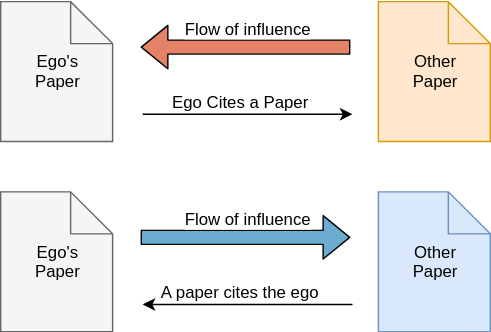
Above: assets/img/influence_flow.svg in csmetrics/influencemap (draw.io), before the change. Source tidied: cells renumbered, new cells last; positions are measured from the earlier drawing's top-left corner, leaving out a move shared by most shapes. The source it was exported from:
```xml
<mxGraphModel background="#ffffff">
  <root>
    <mxCell id="0" />
    <mxCell id="1" parent="0" />
    <mxCell id="2" style="edgeStyle=orthogonalEdgeStyle;rounded=1;html=1;jettySize=auto;orthogonalLoop=1;" parent="1" edge="1">
      <mxGeometry relative="1" as="geometry">
        <mxPoint x="101.5" y="81" as="sourcePoint" />
        <mxPoint x="251.5" y="81" as="targetPoint" />
      </mxGeometry>
    </mxCell>
    <mxCell id="3" value="Ego Cites a Paper" style="text;html=1;align=center;verticalAlign=middle;labelBackgroundColor=#ffffff;" parent="2" vertex="1">
      <mxGeometry x="-0.19" y="-2" relative="1" as="geometry">
        <mxPoint x="9" y="-12" as="offset" />
      </mxGeometry>
    </mxCell>
    <mxCell id="4" value="&lt;div&gt;Ego's&lt;/div&gt;&lt;div&gt;Paper&lt;br&gt;&lt;/div&gt;" style="shape=note;whiteSpace=wrap;html=1;backgroundOutline=1;fillColor=#f5f5f5;strokeColor=#666666;" parent="1" vertex="1">
      <mxGeometry y="0.5" width="80" height="100" as="geometry" />
    </mxCell>
    <mxCell id="5" style="edgeStyle=orthogonalEdgeStyle;shape=flexArrow;rounded=1;html=1;jettySize=auto;orthogonalLoop=1;fillColor=#e48268;" parent="1" edge="1">
      <mxGeometry relative="1" as="geometry">
        <mxPoint x="250" y="33" as="sourcePoint" />
        <mxPoint x="100" y="33" as="targetPoint" />
      </mxGeometry>
    </mxCell>
    <mxCell id="6" value="&lt;div&gt;Flow of influence&lt;/div&gt;" style="text;html=1;align=center;verticalAlign=middle;labelBackgroundColor=#ffffff;" parent="5" vertex="1">
      <mxGeometry x="-0.2" y="2" relative="1" as="geometry">
        <mxPoint x="-12.5" y="-16" as="offset" />
      </mxGeometry>
    </mxCell>
    <mxCell id="7" value="&lt;div&gt;Other&lt;/div&gt;&lt;div&gt;Paper&lt;br&gt;&lt;/div&gt;" style="shape=note;whiteSpace=wrap;html=1;backgroundOutline=1;fillColor=#ffe6cc;strokeColor=#d79b00;" parent="1" vertex="1">
      <mxGeometry x="270" y="0.5" width="80" height="100" as="geometry" />
    </mxCell>
    <mxCell id="8" style="edgeStyle=orthogonalEdgeStyle;rounded=1;html=1;jettySize=auto;orthogonalLoop=1;endArrow=none;endFill=0;startArrow=classic;startFill=1;" parent="1" edge="1">
      <mxGeometry relative="1" as="geometry">
        <mxPoint x="101.5" y="217" as="sourcePoint" />
        <mxPoint x="251.5" y="217" as="targetPoint" />
      </mxGeometry>
    </mxCell>
    <mxCell id="9" value="&lt;div&gt;A paper cites the ego&lt;/div&gt;" style="text;html=1;align=center;verticalAlign=middle;labelBackgroundColor=#ffffff;" parent="8" vertex="1">
      <mxGeometry x="-0.19" y="-2" relative="1" as="geometry">
        <mxPoint x="9" y="-12" as="offset" />
      </mxGeometry>
    </mxCell>
    <mxCell id="10" value="&lt;div&gt;Ego's&lt;/div&gt;&lt;div&gt;Paper&lt;br&gt;&lt;/div&gt;" style="shape=note;whiteSpace=wrap;html=1;backgroundOutline=1;fillColor=#f5f5f5;strokeColor=#666666;" parent="1" vertex="1">
      <mxGeometry y="136.5" width="80" height="100" as="geometry" />
    </mxCell>
    <mxCell id="11" style="edgeStyle=orthogonalEdgeStyle;shape=flexArrow;rounded=1;html=1;jettySize=auto;orthogonalLoop=1;fillColor=#6bacd0;endArrow=none;endFill=0;startArrow=block;" parent="1" edge="1">
      <mxGeometry relative="1" as="geometry">
        <mxPoint x="250" y="169" as="sourcePoint" />
        <mxPoint x="100" y="169" as="targetPoint" />
      </mxGeometry>
    </mxCell>
    <mxCell id="12" value="&lt;div&gt;Flow of influence&lt;/div&gt;" style="text;html=1;align=center;verticalAlign=middle;labelBackgroundColor=#ffffff;" parent="11" vertex="1">
      <mxGeometry x="-0.2" y="2" relative="1" as="geometry">
        <mxPoint x="-12.5" y="-16" as="offset" />
      </mxGeometry>
    </mxCell>
    <mxCell id="13" value="&lt;div&gt;Other&lt;/div&gt;&lt;div&gt;Paper&lt;br&gt;&lt;/div&gt;" style="shape=note;whiteSpace=wrap;html=1;backgroundOutline=1;fillColor=#dae8fc;strokeColor=#6c8ebf;" parent="1" vertex="1">
      <mxGeometry x="270" y="136.5" width="80" height="100" as="geometry" />
    </mxCell>
  </root>
</mxGraphModel>
```
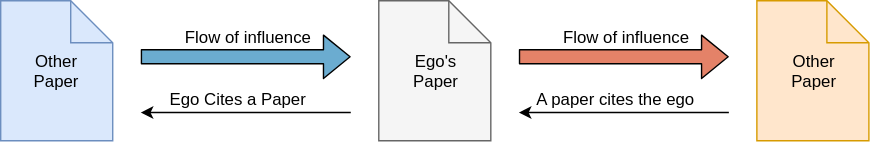
After the commit.

Commit message:
Update flow diagram (Steve's suggestion)

Change to the diagram source:
```diff
@@ -2,61 +2,58 @@
   <root>
     <mxCell id="0" />
     <mxCell id="1" parent="0" />
-    <mxCell id="2" style="edgeStyle=orthogonalEdgeStyle;rounded=1;html=1;jettySize=auto;orthogonalLoop=1;" parent="1" edge="1">
-      <mxGeometry relative="1" as="geometry">
-        <mxPoint x="101.5" y="81" as="sourcePoint" />
-        <mxPoint x="251.5" y="81" as="targetPoint" />
-      </mxGeometry>
-    </mxCell>
+    <mxCell id="7" value="&lt;div&gt;Other&lt;/div&gt;&lt;div&gt;Paper&lt;br&gt;&lt;/div&gt;" style="shape=note;whiteSpace=wrap;html=1;backgroundOutline=1;fillColor=#dae8fc;strokeColor=#6c8ebf;" parent="1" vertex="1">
+      <mxGeometry x="10" y="30" width="80" height="100" as="geometry" />
+    </mxCell>
+    <mxCell id="14" style="edgeStyle=orthogonalEdgeStyle;shape=flexArrow;rounded=1;html=1;jettySize=auto;orthogonalLoop=1;fillColor=#6BACD0;startArrow=block;startFill=0;endArrow=none;endFill=0;" parent="1" edge="1">
+      <mxGeometry relative="1" as="geometry">
+        <mxPoint x="260" y="70" as="sourcePoint" />
+        <mxPoint x="110" y="70" as="targetPoint" />
+      </mxGeometry>
+    </mxCell>
+    <mxCell id="15" value="&lt;div&gt;Flow of influence&lt;/div&gt;" style="text;html=1;align=center;verticalAlign=middle;labelBackgroundColor=#ffffff;" parent="14" vertex="1">
+      <mxGeometry x="-0.2" y="2" relative="1" as="geometry">
+        <mxPoint x="-12.5" y="-16" as="offset" />
+      </mxGeometry>
+    </mxCell>
+    <mxCell id="16" style="edgeStyle=orthogonalEdgeStyle;rounded=1;html=1;jettySize=auto;orthogonalLoop=1;startArrow=classic;startFill=1;endArrow=none;endFill=0;" parent="1" edge="1">
+      <mxGeometry relative="1" as="geometry">
+        <mxPoint x="110" y="109.8" as="sourcePoint" />
+        <mxPoint x="260" y="109.8" as="targetPoint" />
+      </mxGeometry>
+    </mxCell>
-    <mxCell id="3" value="Ego Cites a Paper" style="text;html=1;align=center;verticalAlign=middle;labelBackgroundColor=#ffffff;" parent="2" vertex="1">
+    <mxCell id="3" value="Ego Cites a Paper" style="text;html=1;align=center;verticalAlign=middle;labelBackgroundColor=#ffffff;" parent="16" vertex="1">
       <mxGeometry x="-0.19" y="-2" relative="1" as="geometry">
         <mxPoint x="9" y="-12" as="offset" />
       </mxGeometry>
     </mxCell>
-    <mxCell id="4" value="&lt;div&gt;Ego's&lt;/div&gt;&lt;div&gt;Paper&lt;br&gt;&lt;/div&gt;" style="shape=note;whiteSpace=wrap;html=1;backgroundOutline=1;fillColor=#f5f5f5;strokeColor=#666666;" parent="1" vertex="1">
-      <mxGeometry y="0.5" width="80" height="100" as="geometry" />
-    </mxCell>
-    <mxCell id="5" style="edgeStyle=orthogonalEdgeStyle;shape=flexArrow;rounded=1;html=1;jettySize=auto;orthogonalLoop=1;fillColor=#e48268;" parent="1" edge="1">
-      <mxGeometry relative="1" as="geometry">
-        <mxPoint x="250" y="33" as="sourcePoint" />
-        <mxPoint x="100" y="33" as="targetPoint" />
-      </mxGeometry>
-    </mxCell>
-    <mxCell id="6" value="&lt;div&gt;Flow of influence&lt;/div&gt;" style="text;html=1;align=center;verticalAlign=middle;labelBackgroundColor=#ffffff;" parent="5" vertex="1">
-      <mxGeometry x="-0.2" y="2" relative="1" as="geometry">
-        <mxPoint x="-12.5" y="-16" as="offset" />
-      </mxGeometry>
-    </mxCell>
-    <mxCell id="7" value="&lt;div&gt;Other&lt;/div&gt;&lt;div&gt;Paper&lt;br&gt;&lt;/div&gt;" style="shape=note;whiteSpace=wrap;html=1;backgroundOutline=1;fillColor=#ffe6cc;strokeColor=#d79b00;" parent="1" vertex="1">
-      <mxGeometry x="270" y="0.5" width="80" height="100" as="geometry" />
-    </mxCell>
-    <mxCell id="8" style="edgeStyle=orthogonalEdgeStyle;rounded=1;html=1;jettySize=auto;orthogonalLoop=1;endArrow=none;endFill=0;startArrow=classic;startFill=1;" parent="1" edge="1">
-      <mxGeometry relative="1" as="geometry">
-        <mxPoint x="101.5" y="217" as="sourcePoint" />
-        <mxPoint x="251.5" y="217" as="targetPoint" />
-      </mxGeometry>
-    </mxCell>
+    <mxCell id="17" value="&lt;div&gt;Ego's&lt;/div&gt;&lt;div&gt;Paper&lt;br&gt;&lt;/div&gt;" style="shape=note;whiteSpace=wrap;html=1;backgroundOutline=1;fillColor=#f5f5f5;strokeColor=#666666;" parent="1" vertex="1">
+      <mxGeometry x="280" y="30" width="80" height="100" as="geometry" />
+    </mxCell>
+    <mxCell id="18" style="edgeStyle=orthogonalEdgeStyle;shape=flexArrow;rounded=1;html=1;jettySize=auto;orthogonalLoop=1;fillColor=#E48268;startArrow=block;startFill=0;endArrow=none;endFill=0;strokeColor=#000000;" parent="1" edge="1">
+      <mxGeometry relative="1" as="geometry">
+        <mxPoint x="530" y="70" as="sourcePoint" />
+        <mxPoint x="380" y="70" as="targetPoint" />
+      </mxGeometry>
+    </mxCell>
+    <mxCell id="19" value="&lt;div&gt;Flow of influence&lt;/div&gt;" style="text;html=1;align=center;verticalAlign=middle;labelBackgroundColor=#ffffff;" parent="18" vertex="1">
+      <mxGeometry x="-0.2" y="2" relative="1" as="geometry">
+        <mxPoint x="-12.5" y="-16" as="offset" />
+      </mxGeometry>
+    </mxCell>
+    <mxCell id="20" style="edgeStyle=orthogonalEdgeStyle;rounded=1;html=1;jettySize=auto;orthogonalLoop=1;startArrow=classic;startFill=1;endArrow=none;endFill=0;" parent="1" edge="1">
+      <mxGeometry relative="1" as="geometry">
+        <mxPoint x="380" y="109.8" as="sourcePoint" />
+        <mxPoint x="530" y="109.8" as="targetPoint" />
+      </mxGeometry>
+    </mxCell>
-    <mxCell id="9" value="&lt;div&gt;A paper cites the ego&lt;/div&gt;" style="text;html=1;align=center;verticalAlign=middle;labelBackgroundColor=#ffffff;" parent="8" vertex="1">
+    <mxCell id="9" value="&lt;div&gt;A paper cites the ego&lt;/div&gt;" style="text;html=1;align=center;verticalAlign=middle;labelBackgroundColor=#ffffff;" parent="20" vertex="1">
       <mxGeometry x="-0.19" y="-2" relative="1" as="geometry">
         <mxPoint x="9" y="-12" as="offset" />
       </mxGeometry>
     </mxCell>
-    <mxCell id="10" value="&lt;div&gt;Ego's&lt;/div&gt;&lt;div&gt;Paper&lt;br&gt;&lt;/div&gt;" style="shape=note;whiteSpace=wrap;html=1;backgroundOutline=1;fillColor=#f5f5f5;strokeColor=#666666;" parent="1" vertex="1">
-      <mxGeometry y="136.5" width="80" height="100" as="geometry" />
-    </mxCell>
-    <mxCell id="11" style="edgeStyle=orthogonalEdgeStyle;shape=flexArrow;rounded=1;html=1;jettySize=auto;orthogonalLoop=1;fillColor=#6bacd0;endArrow=none;endFill=0;startArrow=block;" parent="1" edge="1">
-      <mxGeometry relative="1" as="geometry">
-        <mxPoint x="250" y="169" as="sourcePoint" />
-        <mxPoint x="100" y="169" as="targetPoint" />
-      </mxGeometry>
-    </mxCell>
-    <mxCell id="12" value="&lt;div&gt;Flow of influence&lt;/div&gt;" style="text;html=1;align=center;verticalAlign=middle;labelBackgroundColor=#ffffff;" parent="11" vertex="1">
-      <mxGeometry x="-0.2" y="2" relative="1" as="geometry">
-        <mxPoint x="-12.5" y="-16" as="offset" />
-      </mxGeometry>
-    </mxCell>
-    <mxCell id="13" value="&lt;div&gt;Other&lt;/div&gt;&lt;div&gt;Paper&lt;br&gt;&lt;/div&gt;" style="shape=note;whiteSpace=wrap;html=1;backgroundOutline=1;fillColor=#dae8fc;strokeColor=#6c8ebf;" parent="1" vertex="1">
-      <mxGeometry x="270" y="136.5" width="80" height="100" as="geometry" />
+    <mxCell id="13" value="&lt;div&gt;Other&lt;/div&gt;&lt;div&gt;Paper&lt;br&gt;&lt;/div&gt;" style="shape=note;whiteSpace=wrap;html=1;backgroundOutline=1;fillColor=#ffe6cc;strokeColor=#d79b00;" parent="1" vertex="1">
+      <mxGeometry x="550" y="30" width="80" height="100" as="geometry" />
     </mxCell>
   </root>
 </mxGraphModel>
```
